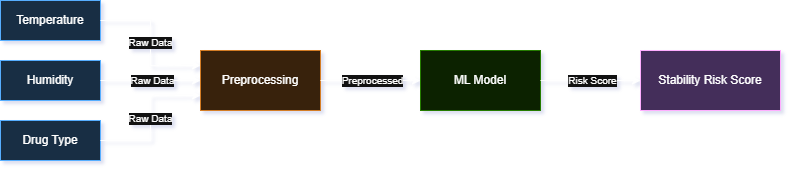
Before: diagrams/ai_pipeline.png, a diagram exported from draw.io (HARDECOMM/AI-Drug-Stability-Intelligence-System-ADSI-). Source tidied: cells renumbered, new cells last; positions are measured from the earlier drawing's top-left corner, leaving out a move shared by most shapes.
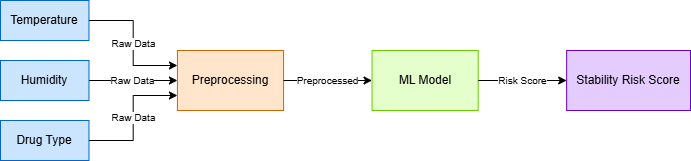
After the commit.

Diff of the diagram source:
```diff
@@ -2,37 +2,40 @@
   <root>
     <mxCell id="0" />
     <mxCell id="1" parent="0" />
+    <mxCell id="13" style="group;" parent="1" vertex="1">
+      <mxGeometry x="150" y="-80" width="690" height="160" as="geometry" />
+    </mxCell>
-    <mxCell id="2" value="Temperature" style="rounded=0;whiteSpace=wrap;html=1;fillColor=#CCE5FF;strokeColor=#0066CC;" parent="1" vertex="1">
-      <mxGeometry width="100" height="40" as="geometry" />
+    <mxCell id="2" value="Temperature" style="rounded=0;whiteSpace=wrap;html=1;fillColor=#CCE5FF;strokeColor=#0066CC;" parent="13" vertex="1">
+      <mxGeometry width="88.5" height="40" as="geometry" />
     </mxCell>
-    <mxCell id="3" value="Humidity" style="rounded=0;whiteSpace=wrap;html=1;fillColor=#CCE5FF;strokeColor=#0066CC;" parent="1" vertex="1">
-      <mxGeometry y="60" width="100" height="40" as="geometry" />
+    <mxCell id="3" value="Humidity" style="rounded=0;whiteSpace=wrap;html=1;fillColor=#CCE5FF;strokeColor=#0066CC;" parent="13" vertex="1">
+      <mxGeometry y="60" width="88.5" height="40" as="geometry" />
     </mxCell>
-    <mxCell id="4" value="Drug Type" style="rounded=0;whiteSpace=wrap;html=1;fillColor=#CCE5FF;strokeColor=#0066CC;" parent="1" vertex="1">
-      <mxGeometry y="120" width="100" height="40" as="geometry" />
+    <mxCell id="4" value="Drug Type" style="rounded=0;whiteSpace=wrap;html=1;fillColor=#CCE5FF;strokeColor=#0066CC;" parent="13" vertex="1">
+      <mxGeometry y="120" width="88.5" height="40" as="geometry" />
     </mxCell>
-    <mxCell id="5" value="Preprocessing" style="rounded=0;whiteSpace=wrap;html=1;fillColor=#FFE5CC;strokeColor=#CC6600;" parent="1" vertex="1">
-      <mxGeometry x="200" y="50" width="120" height="60" as="geometry" />
+    <mxCell id="5" value="Preprocessing" style="rounded=0;whiteSpace=wrap;html=1;fillColor=#FFE5CC;strokeColor=#CC6600;" parent="13" vertex="1">
+      <mxGeometry x="176.9" y="50" width="106.2" height="60" as="geometry" />
     </mxCell>
-    <mxCell id="6" value="ML Model" style="rounded=0;whiteSpace=wrap;html=1;fillColor=#E5FFCC;strokeColor=#66CC00;" parent="1" vertex="1">
-      <mxGeometry x="420" y="50" width="120" height="60" as="geometry" />
+    <mxCell id="6" value="ML Model" style="rounded=0;whiteSpace=wrap;html=1;fillColor=#E5FFCC;strokeColor=#66CC00;" parent="13" vertex="1">
+      <mxGeometry x="371.5" y="50" width="106.2" height="60" as="geometry" />
     </mxCell>
-    <mxCell id="7" value="Stability Risk Score" style="rounded=0;whiteSpace=wrap;html=1;fillColor=#E5CCFF;strokeColor=#6600CC;" parent="1" vertex="1">
-      <mxGeometry x="640" y="50" width="140" height="60" as="geometry" />
+    <mxCell id="7" value="Stability Risk Score" style="rounded=0;whiteSpace=wrap;html=1;fillColor=#E5CCFF;strokeColor=#6600CC;" parent="13" vertex="1">
+      <mxGeometry x="566.2" y="50" width="123.8" height="60" as="geometry" />
     </mxCell>
-    <mxCell id="8" value="Raw Data" style="edgeStyle=orthogonalEdgeStyle;rounded=0;jettySize=auto;html=1;exitX=1;exitY=0.5;exitDx=0;exitDy=0;entryX=0;entryY=0.25;entryDx=0;entryDy=0;fontSize=10;" parent="1" edge="1" source="2" target="5">
+    <mxCell id="8" value="Raw Data" style="edgeStyle=orthogonalEdgeStyle;rounded=0;jettySize=auto;html=1;exitX=1;exitY=0.5;exitDx=0;exitDy=0;entryX=0;entryY=0.25;entryDx=0;entryDy=0;fontSize=10;" parent="13" edge="1" source="2" target="5">
       <mxGeometry relative="1" as="geometry" />
     </mxCell>
-    <mxCell id="9" value="Raw Data" style="edgeStyle=orthogonalEdgeStyle;rounded=0;jettySize=auto;html=1;exitX=1;exitY=0.5;exitDx=0;exitDy=0;entryX=0;entryY=0.5;entryDx=0;entryDy=0;fontSize=10;" parent="1" edge="1" source="3" target="5">
+    <mxCell id="9" value="Raw Data" style="edgeStyle=orthogonalEdgeStyle;rounded=0;jettySize=auto;html=1;exitX=1;exitY=0.5;exitDx=0;exitDy=0;entryX=0;entryY=0.5;entryDx=0;entryDy=0;fontSize=10;" parent="13" edge="1" source="3" target="5">
       <mxGeometry relative="1" as="geometry" />
     </mxCell>
-    <mxCell id="10" value="Raw Data" style="edgeStyle=orthogonalEdgeStyle;rounded=0;jettySize=auto;html=1;exitX=1;exitY=0.5;exitDx=0;exitDy=0;entryX=0;entryY=0.75;entryDx=0;entryDy=0;fontSize=10;" parent="1" edge="1" source="4" target="5">
+    <mxCell id="10" value="Raw Data" style="edgeStyle=orthogonalEdgeStyle;rounded=0;jettySize=auto;html=1;exitX=1;exitY=0.5;exitDx=0;exitDy=0;entryX=0;entryY=0.75;entryDx=0;entryDy=0;fontSize=10;" parent="13" edge="1" source="4" target="5">
       <mxGeometry relative="1" as="geometry" />
     </mxCell>
-    <mxCell id="11" value="Preprocessed" style="edgeStyle=orthogonalEdgeStyle;rounded=0;jettySize=auto;html=1;exitX=1;exitY=0.5;exitDx=0;exitDy=0;entryX=0;entryY=0.5;entryDx=0;entryDy=0;fontSize=10;" parent="1" edge="1" source="5" target="6">
+    <mxCell id="11" value="Preprocessed" style="edgeStyle=orthogonalEdgeStyle;rounded=0;jettySize=auto;html=1;exitX=1;exitY=0.5;exitDx=0;exitDy=0;entryX=0;entryY=0.5;entryDx=0;entryDy=0;fontSize=10;" parent="13" edge="1" source="5" target="6">
       <mxGeometry relative="1" as="geometry" />
     </mxCell>
-    <mxCell id="12" value="Risk Score" style="edgeStyle=orthogonalEdgeStyle;rounded=0;jettySize=auto;html=1;exitX=1;exitY=0.5;exitDx=0;exitDy=0;entryX=0;entryY=0.5;entryDx=0;entryDy=0;fontSize=10;" parent="1" edge="1" source="6" target="7">
+    <mxCell id="12" value="Risk Score" style="edgeStyle=orthogonalEdgeStyle;rounded=0;jettySize=auto;html=1;exitX=1;exitY=0.5;exitDx=0;exitDy=0;entryX=0;entryY=0.5;entryDx=0;entryDy=0;fontSize=10;" parent="13" edge="1" source="6" target="7">
       <mxGeometry relative="1" as="geometry" />
     </mxCell>
   </root>
```
